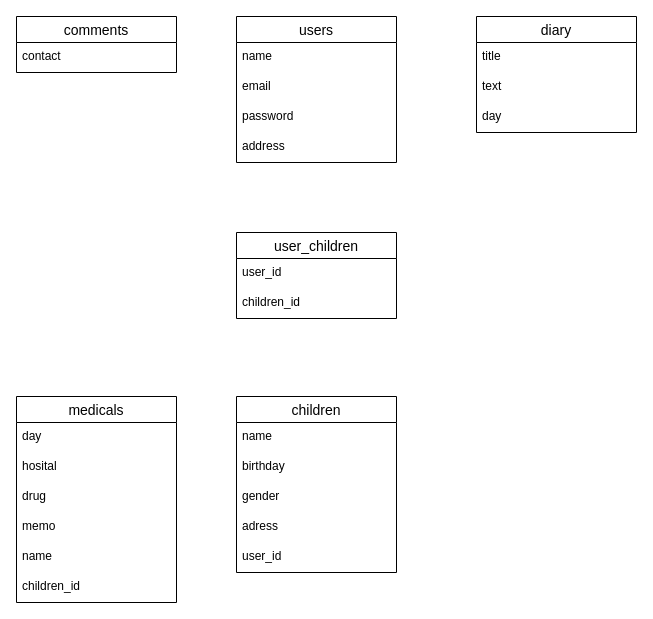
Above: ER.dio in hiratatatsujiro/baby_app (draw.io), before the change. Source tidied: cells renumbered, new cells numbered last; positions are measured from the earlier drawing's top-left corner, leaving out a move shared by most shapes. Both pictures are drawn from the tidied source at 100%, with x=0, y=0 at pixel (16, 16).
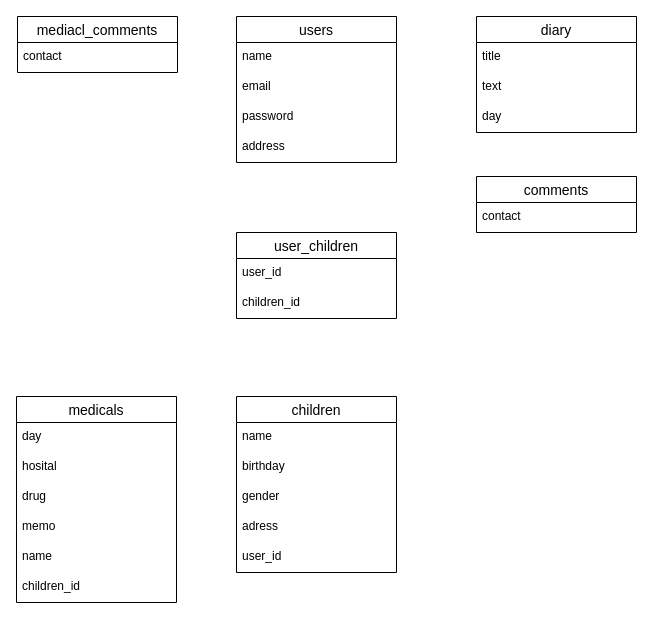
The same diagram, later.

The edit, as a diff of the source:
```diff
@@
-    <mxCell id="20" value="comments" style="swimlane;fontStyle=0;horizontal=1;startSize=26;align=center;fontSize=14;" parent="1" vertex="1">
-      <mxGeometry width="160" height="56" as="geometry" />
+    <mxCell id="20" value="mediacl_comments" style="swimlane;fontStyle=0;horizontal=1;startSize=26;align=center;fontSize=14;" parent="1" vertex="1">
+      <mxGeometry x="1" width="160" height="56" as="geometry" />
     </mxCell>
@@
+    <mxCell id="29" value="comments" style="swimlane;fontStyle=0;horizontal=1;startSize=26;align=center;fontSize=14;" parent="1" vertex="1">
+      <mxGeometry x="460" y="160" width="160" height="56" as="geometry" />
+    </mxCell>
+    <mxCell id="30" value="contact" style="text;strokeColor=none;fillColor=none;spacingLeft=4;spacingRight=4;overflow=hidden;fontSize=12;" parent="29" vertex="1">
+      <mxGeometry y="26" width="160" height="30" as="geometry" />
+    </mxCell>
```
